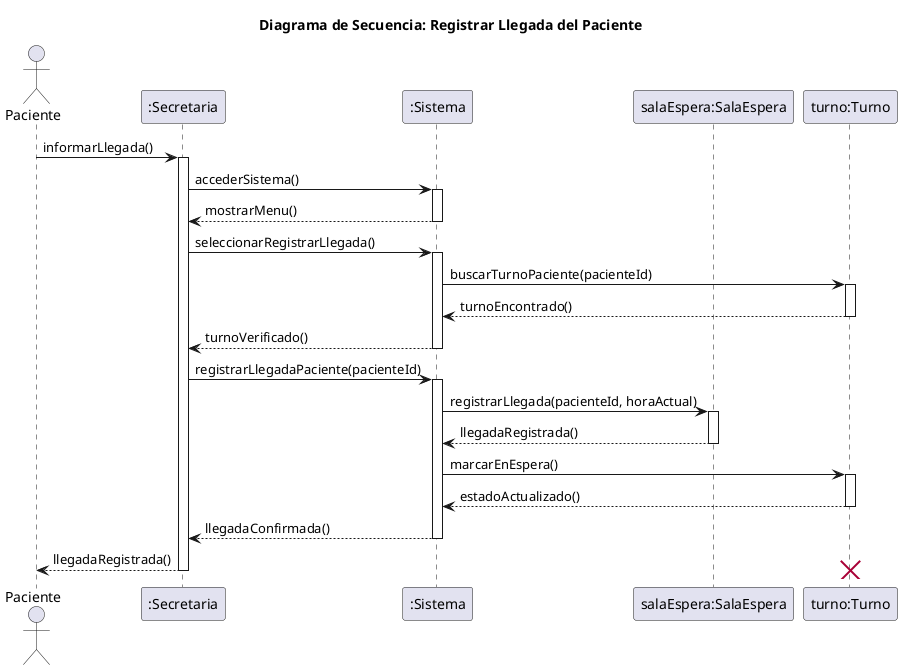
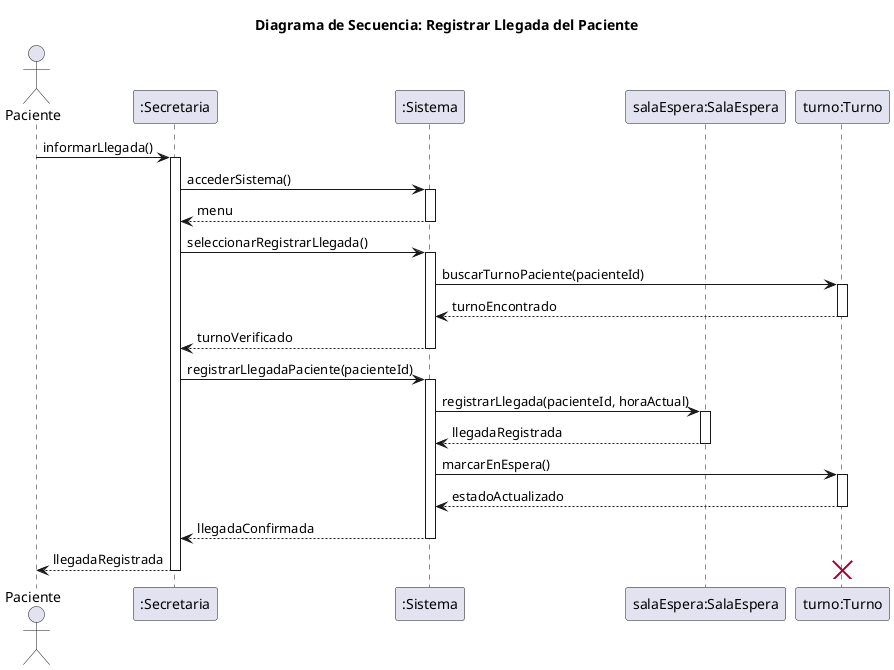
- @startuml registrarLlegada
+ @startuml
title Diagrama de Secuencia: Registrar Llegada del Paciente

actor Paciente
participant ":Secretaria" as secretaria
participant ":Sistema" as sistema
participant "salaEspera:SalaEspera" as salaEspera
participant "turno:Turno" as turno

Paciente -> secretaria: informarLlegada()
activate secretaria
secretaria -> sistema: accederSistema()
activate sistema
- sistema --> secretaria: mostrarMenu()
+ sistema --> secretaria: menu
deactivate sistema
secretaria -> sistema: seleccionarRegistrarLlegada()
activate sistema
sistema -> turno: buscarTurnoPaciente(pacienteId)
activate turno
- turno --> sistema: turnoEncontrado()
+ turno --> sistema: turnoEncontrado
deactivate turno
- sistema --> secretaria: turnoVerificado()
+ sistema --> secretaria: turnoVerificado
deactivate sistema
secretaria -> sistema: registrarLlegadaPaciente(pacienteId)
activate sistema
sistema -> salaEspera: registrarLlegada(pacienteId, horaActual)
activate salaEspera
- salaEspera --> sistema: llegadaRegistrada()
+ salaEspera --> sistema: llegadaRegistrada
deactivate salaEspera
sistema -> turno: marcarEnEspera()
activate turno
- turno --> sistema: estadoActualizado()
+ turno --> sistema: estadoActualizado
deactivate turno
- sistema --> secretaria: llegadaConfirmada()
+ sistema --> secretaria: llegadaConfirmada
deactivate sistema
- secretaria --> Paciente: llegadaRegistrada()
+ secretaria --> Paciente: llegadaRegistrada
deactivate secretaria

destroy turno
@enduml